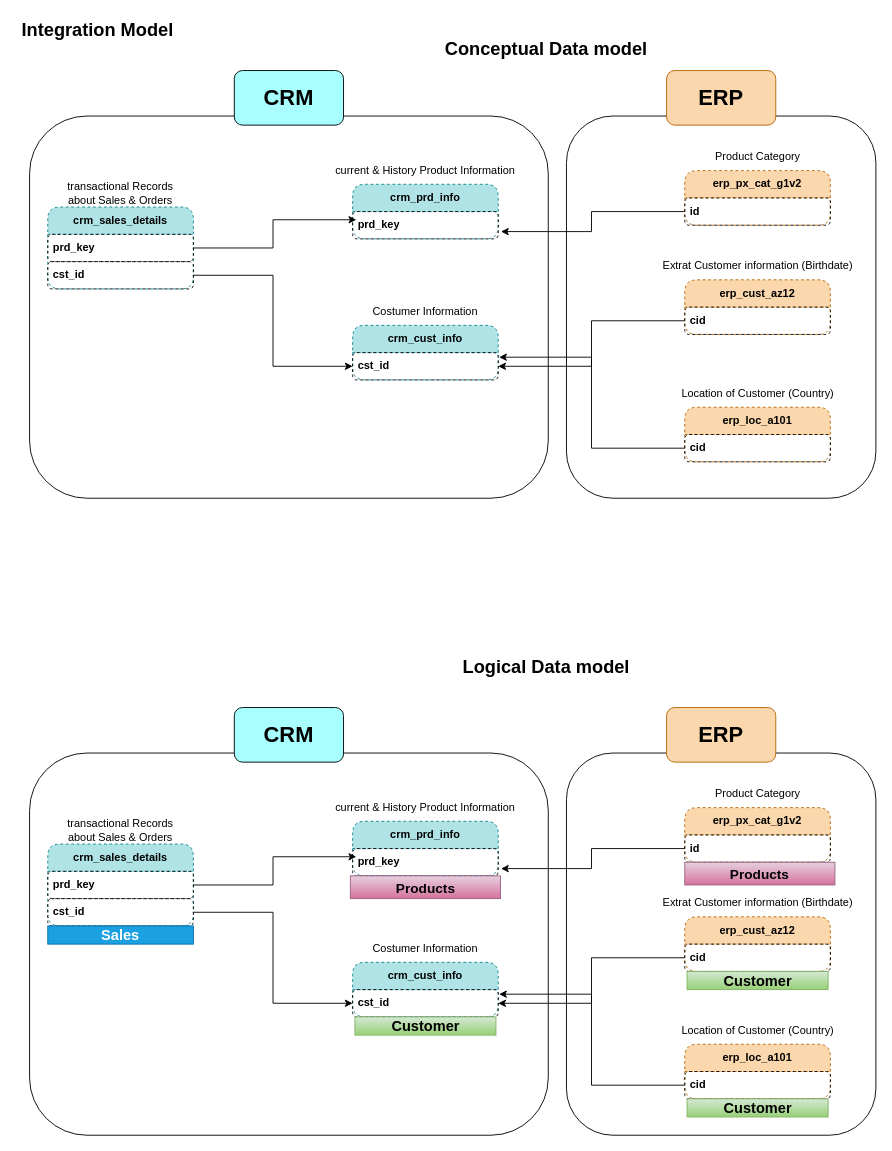
Before: docs/Integration_Model.drawio in Mahdi88BH/Data_WareHouse_Project, a draw.io diagram. Source tidied: cells renumbered, new cells numbered last; positions are measured from the earlier drawing's top-left corner, leaving out a move shared by most shapes. Both pictures are drawn from the tidied source at 91%, with x=0, y=0 at pixel (15, 15).
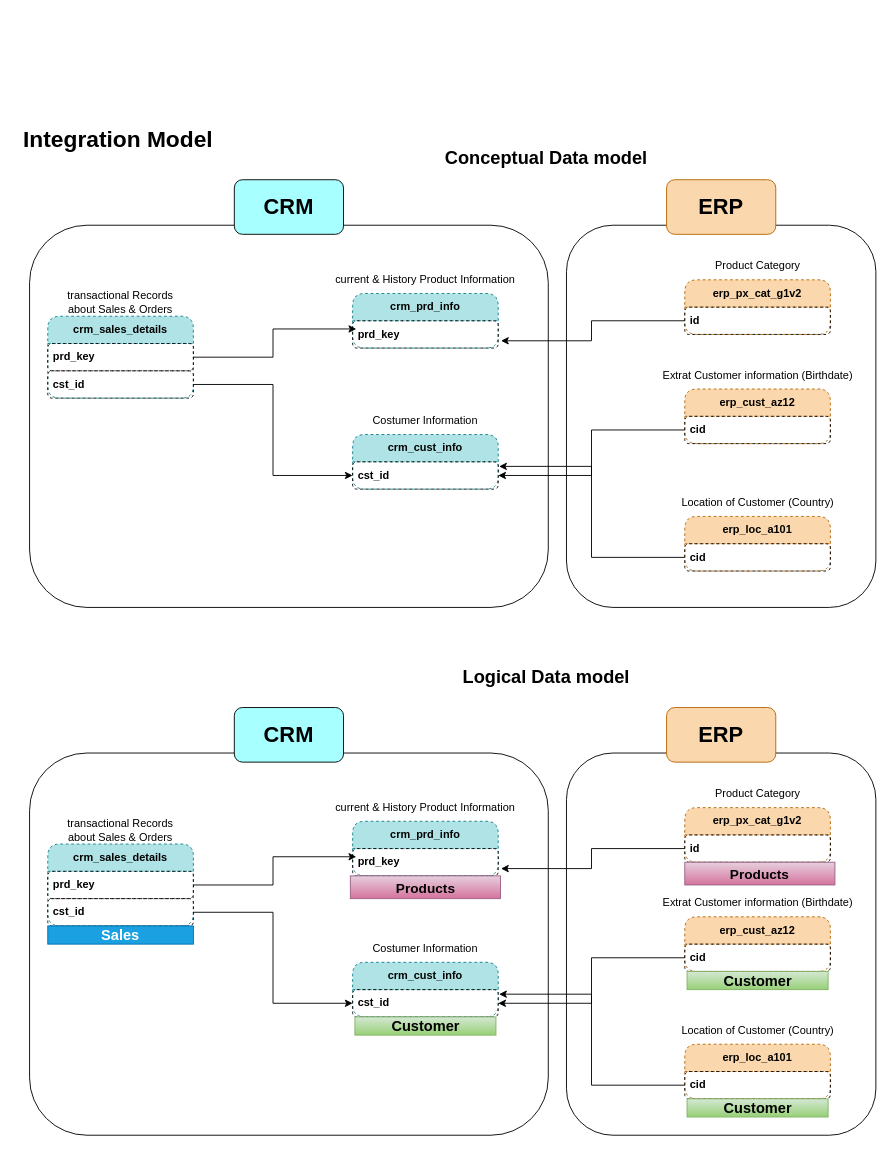
The same diagram, later.

Change to the diagram source:
```diff
@@
-    <mxCell id="2" value="&lt;b&gt;&lt;font style=&quot;font-size: 20px;&quot;&gt;Integration Model&lt;/font&gt;&lt;/b&gt;" style="text;html=1;whiteSpace=wrap;strokeColor=none;fillColor=none;align=center;verticalAlign=middle;rounded=0;" parent="1" vertex="1">
-      <mxGeometry width="180" height="30" as="geometry" />
+    <mxCell id="2" value="&lt;b&gt;&lt;font style=&quot;font-size: 25px;&quot;&gt;Integration Model&lt;/font&gt;&lt;/b&gt;" style="text;html=1;whiteSpace=wrap;strokeColor=none;fillColor=none;align=center;verticalAlign=middle;rounded=0;" parent="1" vertex="1">
+      <mxGeometry y="120" width="225" height="30" as="geometry" />
     </mxCell>
     <mxCell id="3" value="&lt;b&gt;&lt;font style=&quot;color: rgb(0, 0, 0);&quot;&gt;crm_cust_info&lt;/font&gt;&lt;/b&gt;" style="swimlane;fontStyle=0;horizontal=1;startSize=30;whiteSpace=wrap;html=1;fillColor=#b0e3e6;strokeColor=#0e8088;rounded=1;dashed=1;swimlaneFillColor=none;gradientColor=none;" parent="1" vertex="1">
-      <mxGeometry x="370" y="340" width="160" height="60" as="geometry" />
+      <mxGeometry x="370" y="460" width="160" height="60" as="geometry" />
     </mxCell>
@@
     <mxCell id="5" value="Costumer Information" style="text;html=1;whiteSpace=wrap;strokeColor=none;fillColor=none;align=center;verticalAlign=middle;rounded=0;" parent="1" vertex="1">
-      <mxGeometry x="385" y="310" width="130" height="30" as="geometry" />
+      <mxGeometry x="385" y="430" width="130" height="30" as="geometry" />
     </mxCell>
     <mxCell id="6" value="&lt;b&gt;&lt;font style=&quot;color: rgb(0, 0, 0);&quot;&gt;crm_prd_info&lt;/font&gt;&lt;/b&gt;" style="swimlane;fontStyle=0;horizontal=1;startSize=30;whiteSpace=wrap;html=1;fillColor=#b0e3e6;strokeColor=#0e8088;rounded=1;dashed=1;swimlaneFillColor=none;gradientColor=none;" parent="1" vertex="1">
-      <mxGeometry x="370" y="185" width="160" height="60" as="geometry" />
+      <mxGeometry x="370" y="305" width="160" height="60" as="geometry" />
     </mxCell>
@@
     <mxCell id="8" value="current &amp;amp; History Product Information" style="text;html=1;whiteSpace=wrap;strokeColor=none;fillColor=none;align=center;verticalAlign=middle;rounded=0;" parent="1" vertex="1">
-      <mxGeometry x="345" y="155" width="210" height="30" as="geometry" />
+      <mxGeometry x="345" y="275" width="210" height="30" as="geometry" />
     </mxCell>
     <mxCell id="9" value="&lt;b&gt;&lt;font style=&quot;color: rgb(0, 0, 0);&quot;&gt;crm_sales_details&lt;/font&gt;&lt;/b&gt;" style="swimlane;fontStyle=0;horizontal=1;startSize=30;whiteSpace=wrap;html=1;fillColor=#b0e3e6;strokeColor=#0e8088;rounded=1;dashed=1;swimlaneFillColor=none;gradientColor=none;" parent="1" vertex="1">
-      <mxGeometry x="35" y="210" width="160" height="90" as="geometry" />
+      <mxGeometry x="35" y="330" width="160" height="90" as="geometry" />
     </mxCell>
@@
     <mxCell id="12" value="transactional Records about Sales &amp;amp; Orders" style="text;html=1;whiteSpace=wrap;strokeColor=none;fillColor=none;align=center;verticalAlign=middle;rounded=0;" parent="1" vertex="1">
-      <mxGeometry x="50" y="180" width="130" height="30" as="geometry" />
+      <mxGeometry x="50" y="300" width="130" height="30" as="geometry" />
     </mxCell>
@@
     <mxCell id="15" value="&lt;font color=&quot;#000000&quot;&gt;&lt;b&gt;erp_px_cat_g1v2&lt;/b&gt;&lt;/font&gt;" style="swimlane;fontStyle=0;horizontal=1;startSize=30;whiteSpace=wrap;html=1;fillColor=#fad7ac;strokeColor=#b46504;rounded=1;dashed=1;swimlaneFillColor=none;" parent="1" vertex="1">
-      <mxGeometry x="735" y="170" width="160" height="60" as="geometry" />
+      <mxGeometry x="735" y="290" width="160" height="60" as="geometry" />
     </mxCell>
@@
     <mxCell id="18" value="&lt;font color=&quot;#000000&quot;&gt;&lt;b&gt;erp_cust_az12&lt;/b&gt;&lt;/font&gt;" style="swimlane;fontStyle=0;horizontal=1;startSize=30;whiteSpace=wrap;html=1;fillColor=#fad7ac;strokeColor=#b46504;rounded=1;dashed=1;swimlaneFillColor=none;" parent="1" vertex="1">
-      <mxGeometry x="735" y="290" width="160" height="60" as="geometry" />
+      <mxGeometry x="735" y="410" width="160" height="60" as="geometry" />
     </mxCell>
@@
     <mxCell id="20" value="&lt;font color=&quot;#000000&quot;&gt;&lt;b&gt;erp_loc_a101&lt;/b&gt;&lt;/font&gt;" style="swimlane;fontStyle=0;horizontal=1;startSize=30;whiteSpace=wrap;html=1;fillColor=#fad7ac;strokeColor=#b46504;rounded=1;dashed=1;swimlaneFillColor=none;" parent="1" vertex="1">
-      <mxGeometry x="735" y="430" width="160" height="60" as="geometry" />
+      <mxGeometry x="735" y="550" width="160" height="60" as="geometry" />
     </mxCell>
@@
     <mxCell id="24" value="Product Category" style="text;html=1;whiteSpace=wrap;strokeColor=none;fillColor=none;align=center;verticalAlign=middle;rounded=0;" parent="1" vertex="1">
-      <mxGeometry x="702.5" y="140" width="225" height="30" as="geometry" />
+      <mxGeometry x="702.5" y="260" width="225" height="30" as="geometry" />
     </mxCell>
     <mxCell id="25" value="Extrat Customer information (Birthdate)" style="text;html=1;whiteSpace=wrap;strokeColor=none;fillColor=none;align=center;verticalAlign=middle;rounded=0;" parent="1" vertex="1">
-      <mxGeometry x="702.5" y="260" width="225" height="30" as="geometry" />
+      <mxGeometry x="702.5" y="380" width="225" height="30" as="geometry" />
     </mxCell>
     <mxCell id="26" value="Location of Customer (Country)" style="text;html=1;whiteSpace=wrap;strokeColor=none;fillColor=none;align=center;verticalAlign=middle;rounded=0;" parent="1" vertex="1">
-      <mxGeometry x="702.5" y="400" width="225" height="30" as="geometry" />
+      <mxGeometry x="702.5" y="520" width="225" height="30" as="geometry" />
     </mxCell>
     <mxCell id="27" style="rounded=1;whiteSpace=wrap;html=1;fillColor=none;" parent="1" vertex="1">
-      <mxGeometry x="15" y="110" width="570" height="420" as="geometry" />
+      <mxGeometry x="15" y="230" width="570" height="420" as="geometry" />
     </mxCell>
     <mxCell id="28" value="&lt;font style=&quot;color: rgb(0, 0, 0); font-size: 24px;&quot;&gt;&lt;b style=&quot;&quot;&gt;CRM&lt;/b&gt;&lt;/font&gt;" style="rounded=1;whiteSpace=wrap;html=1;fillColor=#A7FFFF;" parent="1" vertex="1">
-      <mxGeometry x="240" y="60" width="120" height="60" as="geometry" />
+      <mxGeometry x="240" y="180" width="120" height="60" as="geometry" />
     </mxCell>
     <mxCell id="29" style="rounded=1;whiteSpace=wrap;html=1;fillColor=none;" parent="1" vertex="1">
-      <mxGeometry x="605" y="110" width="340" height="420" as="geometry" />
+      <mxGeometry x="605" y="230" width="340" height="420" as="geometry" />
     </mxCell>
     <mxCell id="30" value="&lt;font style=&quot;color: rgb(0, 0, 0); font-size: 24px;&quot;&gt;&lt;b style=&quot;&quot;&gt;ERP&lt;/b&gt;&lt;/font&gt;" style="rounded=1;whiteSpace=wrap;html=1;fillColor=#fad7ac;strokeColor=#b46504;" parent="1" vertex="1">
-      <mxGeometry x="715" y="60" width="120" height="60" as="geometry" />
+      <mxGeometry x="715" y="180" width="120" height="60" as="geometry" />
     </mxCell>
     <mxCell id="31" value="&lt;b&gt;&lt;font style=&quot;font-size: 20px;&quot;&gt;Conceptual Data model&lt;/font&gt;&lt;/b&gt;" style="text;html=1;whiteSpace=wrap;strokeColor=none;fillColor=none;align=center;verticalAlign=middle;rounded=0;" parent="1" vertex="1">
-      <mxGeometry x="462.5" y="20" width="240" height="30" as="geometry" />
+      <mxGeometry x="462.5" y="140" width="240" height="30" as="geometry" />
     </mxCell>
@@
     <mxCell id="60" value="&lt;b&gt;&lt;font style=&quot;font-size: 20px;&quot;&gt;Logical Data model&lt;/font&gt;&lt;/b&gt;" style="text;html=1;whiteSpace=wrap;strokeColor=none;fillColor=none;align=center;verticalAlign=middle;rounded=0;" parent="1" vertex="1">
-      <mxGeometry x="462.5" y="700" width="240" height="30" as="geometry" />
+      <mxGeometry x="462.5" y="710" width="240" height="30" as="geometry" />
     </mxCell>
```
